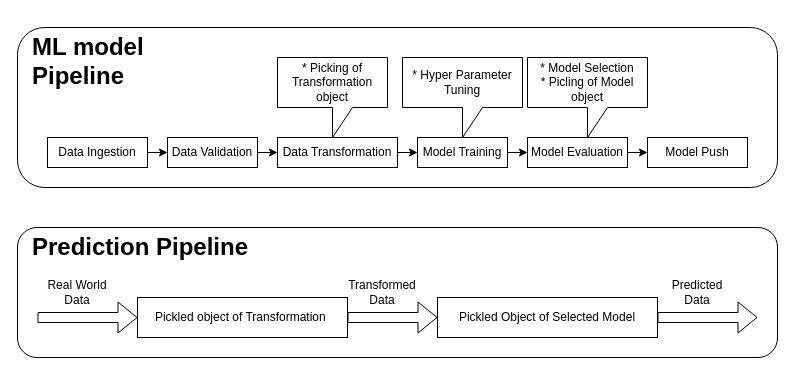
The draw.io diagram draw.drawio in anuj9604/InsurancePremium--Prediction, before the edit. Source tidied: cells renumbered, new cells numbered last; positions are measured from the earlier drawing's top-left corner, leaving out a move shared by most shapes. Both pictures are drawn from the tidied source at 100%, with x=0, y=0 at pixel (17, 27).
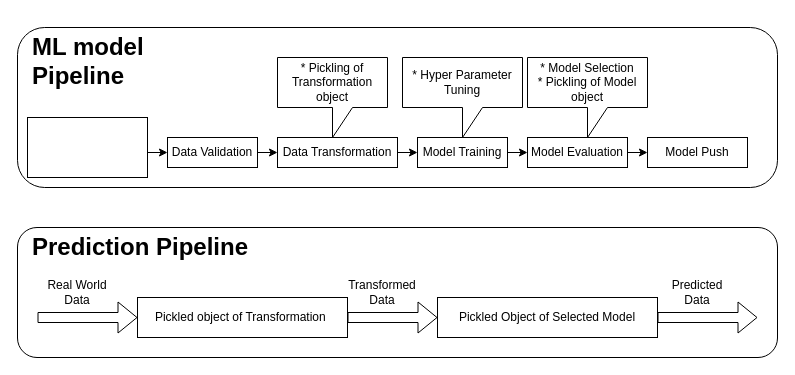
Above is the later version.

Change to the diagram source:
```diff
@@
-    <mxCell id="14" value="* Picking of Transformation object" style="shape=callout;whiteSpace=wrap;html=1;perimeter=calloutPerimeter;" parent="1" vertex="1">
+    <mxCell id="14" value="* Pickling of Transformation object" style="shape=callout;whiteSpace=wrap;html=1;perimeter=calloutPerimeter;" parent="1" vertex="1">
       <mxGeometry x="260" y="30" width="110" height="80" as="geometry" />
     </mxCell>
@@
-    <mxCell id="16" value="* Model Selection&lt;br&gt;* Picling of Model object" style="shape=callout;whiteSpace=wrap;html=1;perimeter=calloutPerimeter;" parent="1" vertex="1">
+    <mxCell id="16" value="* Model Selection&lt;br&gt;* Pickling of Model object" style="shape=callout;whiteSpace=wrap;html=1;perimeter=calloutPerimeter;" parent="1" vertex="1">
       <mxGeometry x="510" y="30" width="120" height="80" as="geometry" />
     </mxCell>
@@
+    <mxCell id="28" style="whiteSpace=wrap;html=1;" parent="1" vertex="1">
+      <mxGeometry x="10" y="90" width="120" height="60" as="geometry" />
+    </mxCell>
```
